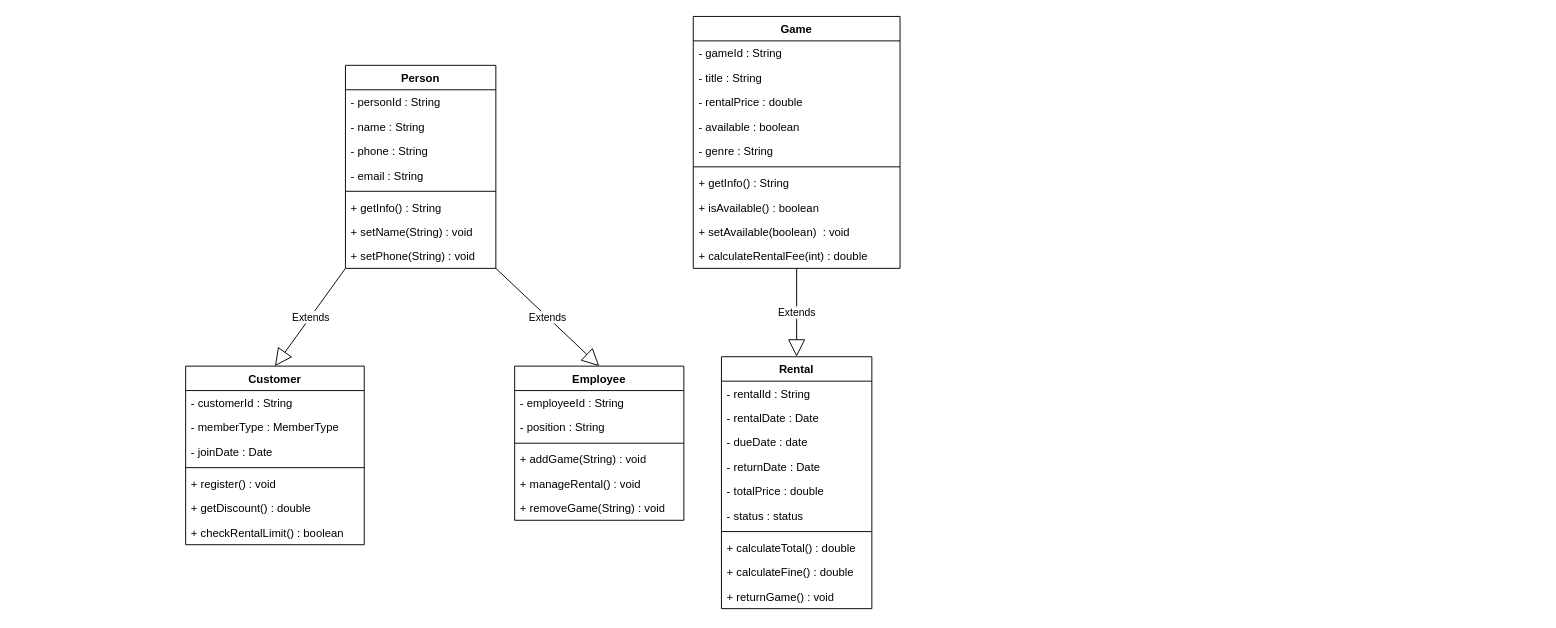
Above: uml_project.drawio in narukami0x3/OOP_PROJECT (draw.io), before the change. Source tidied: cells renumbered, new cells numbered last; positions are measured from the earlier drawing's top-left corner, leaving out a move shared by most shapes. Both pictures are drawn from the tidied source at 94%, with x=0, y=0 at pixel (185, 16).
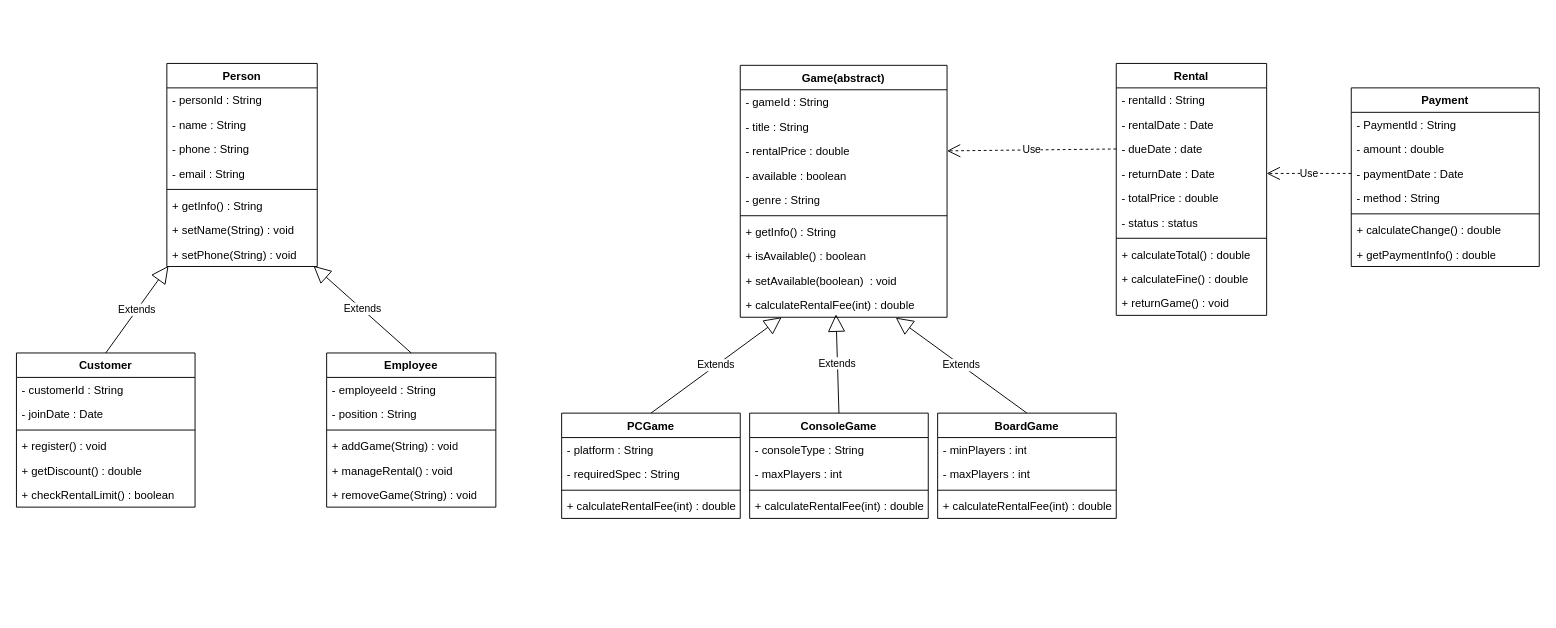
Above is the later version.

Unchanged cells that the change refers to:
```xml
<mxCell id="10" value="+ setPhone(String) : void" style="text;strokeColor=none;fillColor=none;align=left;verticalAlign=top;spacingLeft=4;spacingRight=4;overflow=hidden;points=[[0,0.5],[1,0.5]];portConstraint=eastwest;whiteSpace=wrap;html=1;" parent="2" vertex="1">
  <mxGeometry y="190" width="160" height="26" as="geometry" />
</mxCell>
<mxCell id="31" value="- rentalPrice : double" style="text;strokeColor=none;fillColor=none;align=left;verticalAlign=top;spacingLeft=4;spacingRight=4;overflow=hidden;points=[[0,0.5],[1,0.5]];portConstraint=eastwest;whiteSpace=wrap;html=1;" parent="28" vertex="1">
  <mxGeometry y="78" width="220" height="26" as="geometry" />
</mxCell>
<mxCell id="38" value="+ calculateRentalFee(int) : double" style="text;strokeColor=none;fillColor=none;align=left;verticalAlign=top;spacingLeft=4;spacingRight=4;overflow=hidden;points=[[0,0.5],[1,0.5]];portConstraint=eastwest;whiteSpace=wrap;html=1;" parent="28" vertex="1">
  <mxGeometry y="242" width="220" height="26" as="geometry" />
</mxCell>
<mxCell id="42" value="- dueDate : date" style="text;strokeColor=none;fillColor=none;align=left;verticalAlign=top;spacingLeft=4;spacingRight=4;overflow=hidden;points=[[0,0.5],[1,0.5]];portConstraint=eastwest;whiteSpace=wrap;html=1;" parent="39" vertex="1">
  <mxGeometry y="78" width="160" height="26" as="geometry" />
</mxCell>
<mxCell id="43" value="- returnDate : Date" style="text;strokeColor=none;fillColor=none;align=left;verticalAlign=top;spacingLeft=4;spacingRight=4;overflow=hidden;points=[[0,0.5],[1,0.5]];portConstraint=eastwest;whiteSpace=wrap;html=1;" parent="39" vertex="1">
  <mxGeometry y="104" width="160" height="26" as="geometry" />
</mxCell>
```

Diff of the diagram source:
```diff
@@
     <mxCell id="2" value="Person" style="swimlane;fontStyle=1;align=center;verticalAlign=top;horizontal=1;startSize=26;whiteSpace=wrap;html=1;" parent="1" vertex="1">
-      <mxGeometry x="170" y="52" width="160" height="216" as="geometry" />
+      <mxGeometry x="-20" y="50" width="160" height="216" as="geometry" />
     </mxCell>
@@
     <mxCell id="11" value="Customer" style="swimlane;fontStyle=1;align=center;verticalAlign=top;horizontal=1;startSize=26;whiteSpace=wrap;html=1;" parent="1" vertex="1">
-      <mxGeometry y="372" width="190" height="190" as="geometry" />
+      <mxGeometry x="-180" y="358" width="190" height="164" as="geometry" />
     </mxCell>
@@
-    <mxCell id="13" value="- memberType : MemberType" style="text;strokeColor=none;fillColor=none;align=left;verticalAlign=top;spacingLeft=4;spacingRight=4;overflow=hidden;whiteSpace=wrap;html=1;" parent="11" vertex="1">
-      <mxGeometry y="52" width="190" height="26" as="geometry" />
-    </mxCell>
     <mxCell id="14" value="- joinDate : Date" style="text;strokeColor=none;fillColor=none;align=left;verticalAlign=top;spacingLeft=4;spacingRight=4;overflow=hidden;whiteSpace=wrap;html=1;" parent="11" vertex="1">
-      <mxGeometry y="78" width="190" height="26" as="geometry" />
+      <mxGeometry y="52" width="190" height="26" as="geometry" />
     </mxCell>
     <mxCell id="15" style="line;strokeWidth=1;fillColor=none;align=left;verticalAlign=middle;spacingTop=-1;spacingLeft=3;spacingRight=3;labelPosition=right;strokeColor=inherit;" parent="11" vertex="1">
-      <mxGeometry y="104" width="190" height="8" as="geometry" />
+      <mxGeometry y="78" width="190" height="8" as="geometry" />
     </mxCell>
     <mxCell id="16" value="+ register() : void" style="text;strokeColor=none;fillColor=none;align=left;verticalAlign=top;spacingLeft=4;spacingRight=4;overflow=hidden;whiteSpace=wrap;html=1;" parent="11" vertex="1">
-      <mxGeometry y="112" width="190" height="26" as="geometry" />
+      <mxGeometry y="86" width="190" height="26" as="geometry" />
     </mxCell>
     <mxCell id="17" value="+ getDiscount() : double" style="text;strokeColor=none;fillColor=none;align=left;verticalAlign=top;spacingLeft=4;spacingRight=4;overflow=hidden;whiteSpace=wrap;html=1;" parent="11" vertex="1">
-      <mxGeometry y="138" width="190" height="26" as="geometry" />
+      <mxGeometry y="112" width="190" height="26" as="geometry" />
     </mxCell>
     <mxCell id="18" value="+ checkRentalLimit() : boolean" style="text;strokeColor=none;fillColor=none;align=left;verticalAlign=top;spacingLeft=4;spacingRight=4;overflow=hidden;whiteSpace=wrap;html=1;" parent="11" vertex="1">
-      <mxGeometry y="164" width="190" height="26" as="geometry" />
+      <mxGeometry y="138" width="190" height="26" as="geometry" />
     </mxCell>
-    <mxCell id="19" value="Extends" style="endArrow=block;endSize=16;endFill=0;html=1;rounded=0;exitX=0;exitY=1;exitDx=0;exitDy=0;entryX=0.5;entryY=0;entryDx=0;entryDy=0;" parent="1" edge="1" source="2" target="11">
-      <mxGeometry relative="1" as="geometry" />
-    </mxCell>
     <mxCell id="20" value="Employee" style="swimlane;fontStyle=1;align=center;verticalAlign=top;horizontal=1;startSize=26;whiteSpace=wrap;html=1;" parent="1" vertex="1">
-      <mxGeometry x="350" y="372" width="180" height="164" as="geometry" />
+      <mxGeometry x="150" y="358" width="180" height="164" as="geometry" />
     </mxCell>
@@
-    <mxCell id="27" value="Extends" style="endArrow=block;endSize=16;endFill=0;html=1;rounded=0;exitX=1;exitY=1;exitDx=0;exitDy=0;entryX=0.5;entryY=0;entryDx=0;entryDy=0;" parent="1" edge="1" source="2" target="20">
-      <mxGeometry relative="1" as="geometry" />
-    </mxCell>
-    <mxCell id="28" value="Game" style="swimlane;fontStyle=1;align=center;verticalAlign=top;horizontal=1;startSize=26;whiteSpace=wrap;html=1;" parent="1" vertex="1">
-      <mxGeometry x="540" width="220" height="268" as="geometry" />
+    <mxCell id="28" value="Game(abstract)" style="swimlane;fontStyle=1;align=center;verticalAlign=top;horizontal=1;startSize=26;whiteSpace=wrap;html=1;" parent="1" vertex="1">
+      <mxGeometry x="590" y="52" width="220" height="268" as="geometry" />
     </mxCell>
@@
     <mxCell id="39" value="Rental" style="swimlane;fontStyle=1;align=center;verticalAlign=top;horizontal=1;startSize=26;whiteSpace=wrap;html=1;" parent="1" vertex="1">
-      <mxGeometry x="570" y="362" width="160" height="268" as="geometry" />
+      <mxGeometry x="990" y="50" width="160" height="268" as="geometry" />
     </mxCell>
@@
-    <mxCell id="50" value="Extends" style="endArrow=block;endSize=16;endFill=0;html=1;rounded=0;exitX=0.5;exitY=1;exitDx=0;exitDy=0;entryX=0.5;entryY=0;entryDx=0;entryDy=0;" parent="1" edge="1" source="28" target="39">
-      <mxGeometry relative="1" as="geometry" />
-    </mxCell>
+    <mxCell id="51" value="PCGame" style="swimlane;fontStyle=1;align=center;verticalAlign=top;horizontal=1;startSize=26;whiteSpace=wrap;html=1;" parent="1" vertex="1">
+      <mxGeometry x="400" y="422" width="190" height="112" as="geometry" />
+    </mxCell>
+    <mxCell id="52" value="- platform : String" style="text;strokeColor=none;fillColor=none;align=left;verticalAlign=top;spacingLeft=4;spacingRight=4;overflow=hidden;whiteSpace=wrap;html=1;" parent="51" vertex="1">
+      <mxGeometry y="26" width="190" height="26" as="geometry" />
+    </mxCell>
+    <mxCell id="53" value="- requiredSpec : String" style="text;strokeColor=none;fillColor=none;align=left;verticalAlign=top;spacingLeft=4;spacingRight=4;overflow=hidden;whiteSpace=wrap;html=1;" parent="51" vertex="1">
+      <mxGeometry y="52" width="190" height="26" as="geometry" />
+    </mxCell>
+    <mxCell id="54" style="line;strokeWidth=1;fillColor=none;align=left;verticalAlign=middle;spacingTop=-1;spacingLeft=3;spacingRight=3;labelPosition=right;strokeColor=inherit;" parent="51" vertex="1">
+      <mxGeometry y="78" width="190" height="8" as="geometry" />
+    </mxCell>
+    <mxCell id="55" value="+ calculateRentalFee(int) : double" style="text;strokeColor=none;fillColor=none;align=left;verticalAlign=top;spacingLeft=4;spacingRight=4;overflow=hidden;whiteSpace=wrap;html=1;" parent="51" vertex="1">
+      <mxGeometry y="86" width="190" height="26" as="geometry" />
+    </mxCell>
+    <mxCell id="56" value="ConsoleGame" style="swimlane;fontStyle=1;align=center;verticalAlign=top;horizontal=1;startSize=26;whiteSpace=wrap;html=1;" parent="1" vertex="1">
+      <mxGeometry x="600" y="422" width="190" height="112" as="geometry" />
+    </mxCell>
+    <mxCell id="57" value="- consoleType : String" style="text;strokeColor=none;fillColor=none;align=left;verticalAlign=top;spacingLeft=4;spacingRight=4;overflow=hidden;whiteSpace=wrap;html=1;" parent="56" vertex="1">
+      <mxGeometry y="26" width="190" height="26" as="geometry" />
+    </mxCell>
+    <mxCell id="58" value="- maxPlayers : int" style="text;strokeColor=none;fillColor=none;align=left;verticalAlign=top;spacingLeft=4;spacingRight=4;overflow=hidden;whiteSpace=wrap;html=1;" parent="56" vertex="1">
+      <mxGeometry y="52" width="190" height="26" as="geometry" />
+    </mxCell>
+    <mxCell id="59" style="line;strokeWidth=1;fillColor=none;align=left;verticalAlign=middle;spacingTop=-1;spacingLeft=3;spacingRight=3;labelPosition=right;strokeColor=inherit;" parent="56" vertex="1">
+      <mxGeometry y="78" width="190" height="8" as="geometry" />
+    </mxCell>
+    <mxCell id="60" value="+ calculateRentalFee(int) : double" style="text;strokeColor=none;fillColor=none;align=left;verticalAlign=top;spacingLeft=4;spacingRight=4;overflow=hidden;whiteSpace=wrap;html=1;" parent="56" vertex="1">
+      <mxGeometry y="86" width="190" height="26" as="geometry" />
+    </mxCell>
+    <mxCell id="61" value="BoardGame" style="swimlane;fontStyle=1;align=center;verticalAlign=top;horizontal=1;startSize=26;whiteSpace=wrap;html=1;" parent="1" vertex="1">
+      <mxGeometry x="800" y="422" width="190" height="112" as="geometry" />
+    </mxCell>
+    <mxCell id="62" value="- minPlayers : int" style="text;strokeColor=none;fillColor=none;align=left;verticalAlign=top;spacingLeft=4;spacingRight=4;overflow=hidden;whiteSpace=wrap;html=1;" parent="61" vertex="1">
+      <mxGeometry y="26" width="190" height="26" as="geometry" />
+    </mxCell>
+    <mxCell id="63" value="- maxPlayers : int" style="text;strokeColor=none;fillColor=none;align=left;verticalAlign=top;spacingLeft=4;spacingRight=4;overflow=hidden;whiteSpace=wrap;html=1;" parent="61" vertex="1">
+      <mxGeometry y="52" width="190" height="26" as="geometry" />
+    </mxCell>
+    <mxCell id="64" style="line;strokeWidth=1;fillColor=none;align=left;verticalAlign=middle;spacingTop=-1;spacingLeft=3;spacingRight=3;labelPosition=right;strokeColor=inherit;" parent="61" vertex="1">
+      <mxGeometry y="78" width="190" height="8" as="geometry" />
+    </mxCell>
+    <mxCell id="65" value="+ calculateRentalFee(int) : double" style="text;strokeColor=none;fillColor=none;align=left;verticalAlign=top;spacingLeft=4;spacingRight=4;overflow=hidden;whiteSpace=wrap;html=1;" parent="61" vertex="1">
+      <mxGeometry y="86" width="190" height="26" as="geometry" />
+    </mxCell>
+    <mxCell id="66" value="Extends" style="endArrow=block;endSize=16;endFill=0;html=1;rounded=0;exitX=0.5;exitY=0;exitDx=0;exitDy=0;entryX=0.011;entryY=0.973;entryDx=0;entryDy=0;entryPerimeter=0;" parent="1" edge="1" source="11" target="10">
+      <mxGeometry relative="1" as="geometry" />
+    </mxCell>
+    <mxCell id="67" value="Extends" style="endArrow=block;endSize=16;endFill=0;html=1;rounded=0;exitX=0.5;exitY=0;exitDx=0;exitDy=0;entryX=0.975;entryY=0.973;entryDx=0;entryDy=0;entryPerimeter=0;" parent="1" edge="1" source="20" target="10">
+      <mxGeometry relative="1" as="geometry" />
+    </mxCell>
+    <mxCell id="68" value="Extends" style="endArrow=block;endSize=16;endFill=0;html=1;rounded=0;exitX=0.5;exitY=0;exitDx=0;exitDy=0;entryX=0.2;entryY=1;entryDx=0;entryDy=0;entryPerimeter=0;" parent="1" edge="1" source="51" target="38">
+      <mxGeometry relative="1" as="geometry" />
+    </mxCell>
+    <mxCell id="69" value="Extends" style="endArrow=block;endSize=16;endFill=0;html=1;rounded=0;exitX=0.5;exitY=0;exitDx=0;exitDy=0;entryX=0.463;entryY=0.882;entryDx=0;entryDy=0;entryPerimeter=0;" parent="1" edge="1" source="56" target="38">
+      <mxGeometry relative="1" as="geometry" />
+    </mxCell>
+    <mxCell id="70" value="Extends" style="endArrow=block;endSize=16;endFill=0;html=1;rounded=0;entryX=0.752;entryY=1.018;entryDx=0;entryDy=0;entryPerimeter=0;exitX=0.5;exitY=0;exitDx=0;exitDy=0;" parent="1" edge="1" source="61" target="38">
+      <mxGeometry relative="1" as="geometry" />
+    </mxCell>
+    <mxCell id="71" value="Payment" style="swimlane;fontStyle=1;align=center;verticalAlign=top;horizontal=1;startSize=26;whiteSpace=wrap;html=1;" parent="1" vertex="1">
+      <mxGeometry x="1240" y="76" width="200" height="190" as="geometry" />
+    </mxCell>
+    <mxCell id="72" value="- PaymentId : String" style="text;strokeColor=none;fillColor=none;align=left;verticalAlign=top;spacingLeft=4;spacingRight=4;overflow=hidden;whiteSpace=wrap;html=1;" parent="71" vertex="1">
+      <mxGeometry y="26" width="200" height="26" as="geometry" />
+    </mxCell>
+    <mxCell id="73" value="- amount : double" style="text;strokeColor=none;fillColor=none;align=left;verticalAlign=top;spacingLeft=4;spacingRight=4;overflow=hidden;whiteSpace=wrap;html=1;" parent="71" vertex="1">
+      <mxGeometry y="52" width="200" height="26" as="geometry" />
+    </mxCell>
+    <mxCell id="74" value="- paymentDate : Date" style="text;strokeColor=none;fillColor=none;align=left;verticalAlign=top;spacingLeft=4;spacingRight=4;overflow=hidden;points=[[0,0.5],[1,0.5]];portConstraint=eastwest;whiteSpace=wrap;html=1;" parent="71" vertex="1">
+      <mxGeometry y="78" width="200" height="26" as="geometry" />
+    </mxCell>
+    <mxCell id="75" value="- method : String" style="text;strokeColor=none;fillColor=none;align=left;verticalAlign=top;spacingLeft=4;spacingRight=4;overflow=hidden;whiteSpace=wrap;html=1;" parent="71" vertex="1">
+      <mxGeometry y="104" width="200" height="26" as="geometry" />
+    </mxCell>
+    <mxCell id="76" style="line;strokeWidth=1;fillColor=none;align=left;verticalAlign=middle;spacingTop=-1;spacingLeft=3;spacingRight=3;labelPosition=right;strokeColor=inherit;" parent="71" vertex="1">
+      <mxGeometry y="130" width="200" height="8" as="geometry" />
+    </mxCell>
+    <mxCell id="77" value="+ calculateChange() : double" style="text;strokeColor=none;fillColor=none;align=left;verticalAlign=top;spacingLeft=4;spacingRight=4;overflow=hidden;whiteSpace=wrap;html=1;" parent="71" vertex="1">
+      <mxGeometry y="138" width="200" height="26" as="geometry" />
+    </mxCell>
+    <mxCell id="78" value="+ getPaymentInfo() : double" style="text;strokeColor=none;fillColor=none;align=left;verticalAlign=top;spacingLeft=4;spacingRight=4;overflow=hidden;whiteSpace=wrap;html=1;" parent="71" vertex="1">
+      <mxGeometry y="164" width="200" height="26" as="geometry" />
+    </mxCell>
+    <mxCell id="79" value="Use" style="endArrow=open;endSize=12;dashed=1;html=1;rounded=0;entryX=1;entryY=0.5;entryDx=0;entryDy=0;exitX=0;exitY=0.5;exitDx=0;exitDy=0;" parent="1" edge="1" source="42" target="31">
+      <mxGeometry relative="1" as="geometry" />
+    </mxCell>
+    <mxCell id="80" value="Use" style="endArrow=open;endSize=12;dashed=1;html=1;rounded=0;entryX=1;entryY=0.5;entryDx=0;entryDy=0;exitX=0;exitY=0.5;exitDx=0;exitDy=0;" parent="1" edge="1" source="74" target="43">
+      <mxGeometry relative="1" as="geometry" />
+    </mxCell>
```
